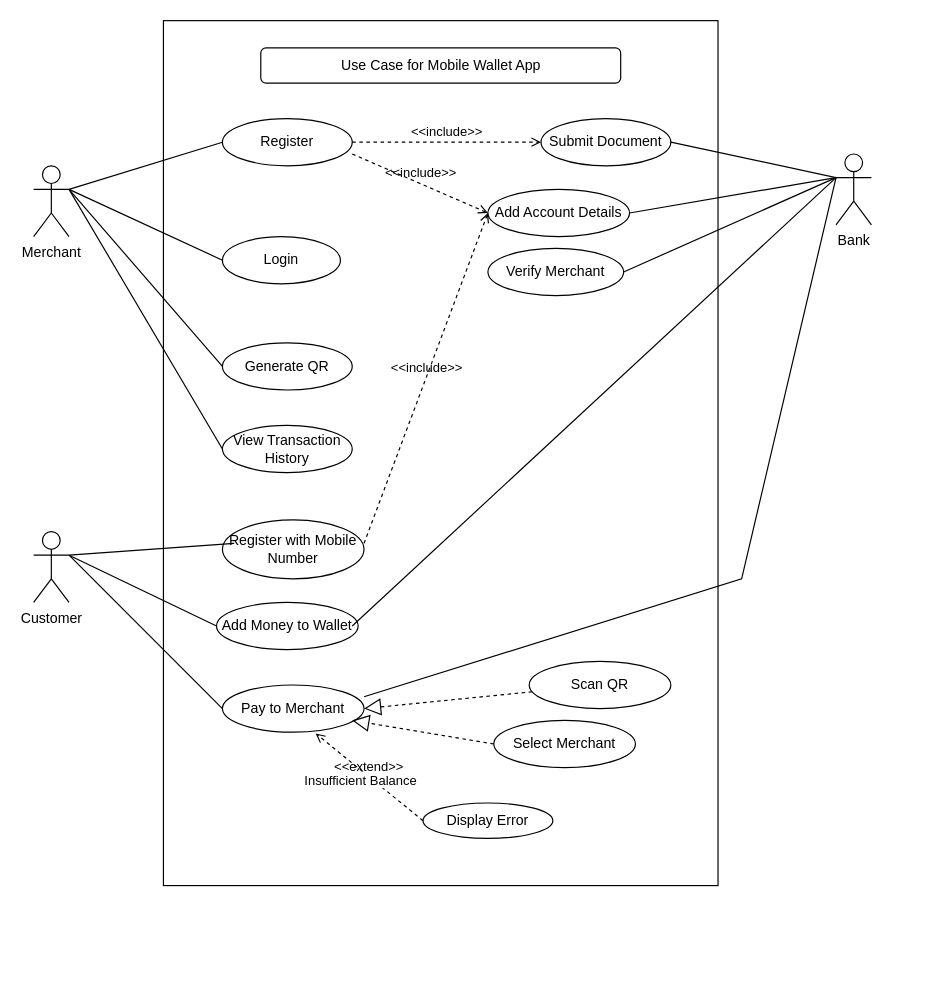
The draw.io diagram page "use-case" (1 of 2) of mobile-wallet-app.drawio in lucy31/mobile-wallet-app, before the edit. Source tidied: cells renumbered, new cells numbered last; positions are measured from the earlier drawing's top-left corner, leaving out a move shared by most shapes. Both pictures are drawn from the tidied source at 118%, with x=0, y=0 at pixel (33, 20).
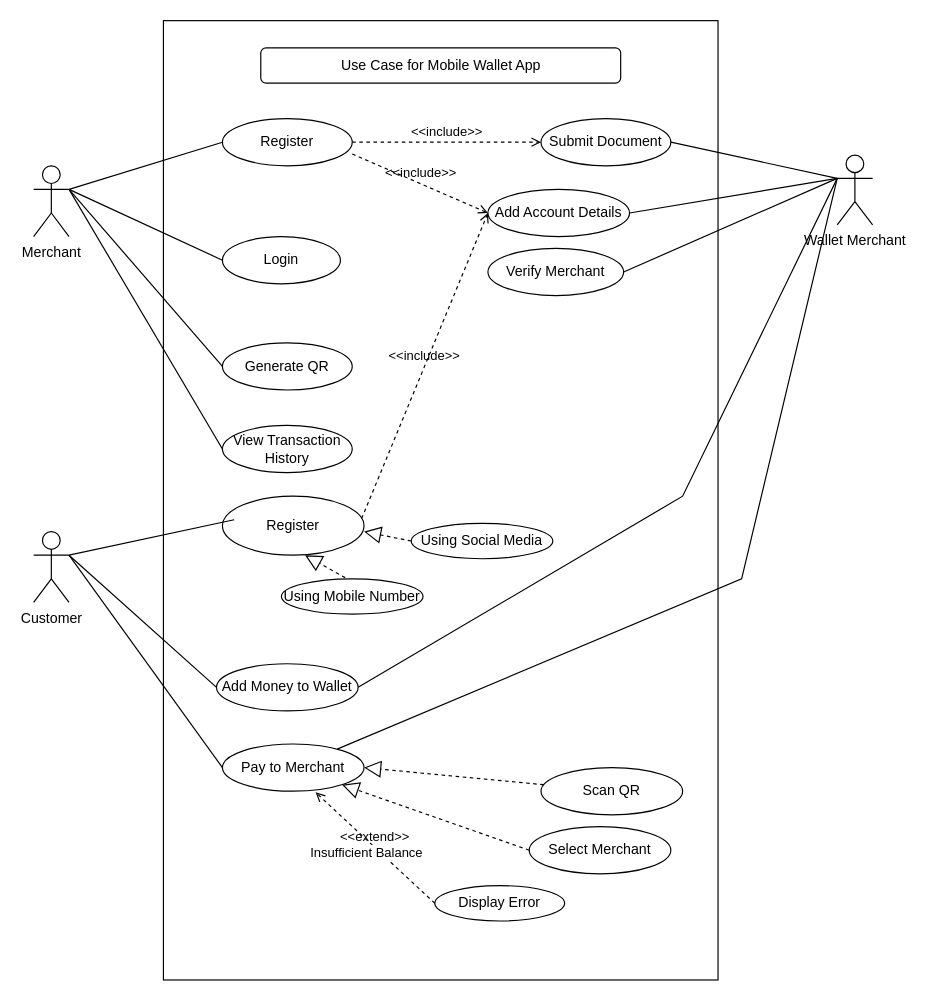
Above is the later version.

The change refers to these unchanged cells:
```xml
<mxCell id="9" value="Add Account Details" style="ellipse;whiteSpace=wrap;html=1;" parent="1" vertex="1">
  <mxGeometry x="385" y="143" width="120" height="40" as="geometry" />
</mxCell>
```

Change to the diagram source:
```diff
@@
     <mxCell id="2" style="rounded=0;whiteSpace=wrap;html=1;" parent="1" vertex="1">
-      <mxGeometry x="110" width="470" height="733" as="geometry" />
+      <mxGeometry x="110" width="470" height="813" as="geometry" />
     </mxCell>
@@
-    <mxCell id="17" value="Bank" style="shape=umlActor;verticalLabelPosition=bottom;verticalAlign=top;html=1;outlineConnect=0;" parent="1" vertex="1">
-      <mxGeometry x="680" y="113" width="30" height="60" as="geometry" />
+    <mxCell id="17" value="Wallet Merchant" style="shape=umlActor;verticalLabelPosition=bottom;verticalAlign=top;html=1;outlineConnect=0;" parent="1" vertex="1">
+      <mxGeometry x="681" y="114" width="30" height="59" as="geometry" />
     </mxCell>
@@
-    <mxCell id="23" value="Register with Mobile Number" style="ellipse;whiteSpace=wrap;html=1;" parent="1" vertex="1">
-      <mxGeometry x="160" y="423" width="120" height="50" as="geometry" />
+    <mxCell id="23" value="Register" style="ellipse;whiteSpace=wrap;html=1;" parent="1" vertex="1">
+      <mxGeometry x="160" y="403" width="120" height="50" as="geometry" />
     </mxCell>
     <mxCell id="24" value="Add Money to Wallet" style="ellipse;whiteSpace=wrap;html=1;" parent="1" vertex="1">
-      <mxGeometry x="155" y="493" width="120" height="40" as="geometry" />
+      <mxGeometry x="155" y="545" width="120" height="40" as="geometry" />
     </mxCell>
     <mxCell id="25" value="Pay to Merchant" style="ellipse;whiteSpace=wrap;html=1;" parent="1" vertex="1">
-      <mxGeometry x="160" y="563" width="120" height="40" as="geometry" />
+      <mxGeometry x="160" y="613" width="120" height="40" as="geometry" />
     </mxCell>
     <mxCell id="26" value="Scan QR" style="ellipse;whiteSpace=wrap;html=1;" parent="1" vertex="1">
-      <mxGeometry x="420" y="543" width="120" height="40" as="geometry" />
+      <mxGeometry x="430" y="633" width="120" height="40" as="geometry" />
     </mxCell>
     <mxCell id="27" value="Select Merchant" style="ellipse;whiteSpace=wrap;html=1;" parent="1" vertex="1">
-      <mxGeometry x="390" y="593" width="120" height="40" as="geometry" />
+      <mxGeometry x="420" y="683" width="120" height="40" as="geometry" />
     </mxCell>
@@
-    <mxCell id="29" style="endArrow=block;dashed=1;endFill=0;endSize=12;html=1;rounded=0;exitX=0;exitY=0.5;exitDx=0;exitDy=0;" parent="1" edge="1" source="27">
-      <mxGeometry relative="1" as="geometry">
-        <mxPoint x="270" y="593" as="targetPoint" />
-      </mxGeometry>
+    <mxCell id="29" style="endArrow=block;dashed=1;endFill=0;endSize=12;html=1;rounded=0;exitX=0;exitY=0.5;exitDx=0;exitDy=0;" parent="1" edge="1" source="27" target="25">
+      <mxGeometry relative="1" as="geometry" />
     </mxCell>
-    <mxCell id="30" value="&amp;lt;&amp;lt;include&amp;gt;&amp;gt;" style="html=1;verticalAlign=bottom;labelBackgroundColor=none;endArrow=open;endFill=0;dashed=1;rounded=0;entryX=0;entryY=0.5;entryDx=0;entryDy=0;" parent="1" edge="1" target="9">
-      <mxGeometry relative="1" as="geometry">
-        <mxPoint x="280" y="443" as="sourcePoint" />
-      </mxGeometry>
+    <mxCell id="30" value="&amp;lt;&amp;lt;include&amp;gt;&amp;gt;" style="html=1;verticalAlign=bottom;labelBackgroundColor=none;endArrow=open;endFill=0;dashed=1;rounded=0;entryX=0;entryY=0.5;entryDx=0;entryDy=0;exitX=0.983;exitY=0.38;exitDx=0;exitDy=0;exitPerimeter=0;" parent="1" edge="1" source="23" target="9">
+      <mxGeometry relative="1" as="geometry" />
     </mxCell>
@@
-    <mxCell id="34" style="endArrow=none;html=1;rounded=0;entryX=0;entryY=0.3333333333333333;entryDx=0;entryDy=0;entryPerimeter=0;" parent="1" edge="1" target="17">
+    <mxCell id="34" style="endArrow=none;html=1;rounded=0;entryX=0;entryY=0.3333333333333333;entryDx=0;entryDy=0;entryPerimeter=0;" parent="1" edge="1" source="25" target="17">
       <mxGeometry relative="1" as="geometry">
-        <mxPoint x="280" y="573" as="sourcePoint" />
         <Array as="points">
           <mxPoint x="600" y="473" />
         </Array>
       </mxGeometry>
     </mxCell>
-    <mxCell id="35" style="endArrow=none;html=1;rounded=0;entryX=0;entryY=0.3333333333333333;entryDx=0;entryDy=0;entryPerimeter=0;" parent="1" edge="1" target="17">
+    <mxCell id="35" style="endArrow=none;html=1;rounded=0;entryX=0;entryY=0.3333333333333333;entryDx=0;entryDy=0;entryPerimeter=0;exitX=1;exitY=0.5;exitDx=0;exitDy=0;" parent="1" edge="1" source="24" target="17">
       <mxGeometry relative="1" as="geometry">
-        <mxPoint x="270" y="513" as="sourcePoint" />
+        <Array as="points">
+          <mxPoint x="550" y="403" />
+        </Array>
       </mxGeometry>
     </mxCell>
     <mxCell id="36" value="Display Error" style="ellipse;whiteSpace=wrap;html=1;" parent="1" vertex="1">
-      <mxGeometry x="330" y="663" width="110" height="30" as="geometry" />
+      <mxGeometry x="340" y="733" width="110" height="30" as="geometry" />
     </mxCell>
@@
+    <mxCell id="39" value="Using Mobile Number" style="ellipse;whiteSpace=wrap;html=1;" parent="1" vertex="1">
+      <mxGeometry x="210" y="473" width="120" height="30" as="geometry" />
+    </mxCell>
+    <mxCell id="40" value="Using Social Media" style="ellipse;whiteSpace=wrap;html=1;" parent="1" vertex="1">
+      <mxGeometry x="320" y="426" width="120" height="30" as="geometry" />
+    </mxCell>
+    <mxCell id="41" style="endArrow=block;dashed=1;endFill=0;endSize=12;html=1;rounded=0;exitX=0.45;exitY=-0.033;exitDx=0;exitDy=0;exitPerimeter=0;" parent="1" edge="1" source="39">
+      <mxGeometry relative="1" as="geometry">
+        <mxPoint x="230" y="453" as="targetPoint" />
+      </mxGeometry>
+    </mxCell>
+    <mxCell id="42" style="endArrow=block;dashed=1;endFill=0;endSize=12;html=1;rounded=0;exitX=0;exitY=0.5;exitDx=0;exitDy=0;" parent="1" edge="1" source="40">
+      <mxGeometry relative="1" as="geometry">
+        <mxPoint x="280" y="433" as="targetPoint" />
+      </mxGeometry>
+    </mxCell>
```
